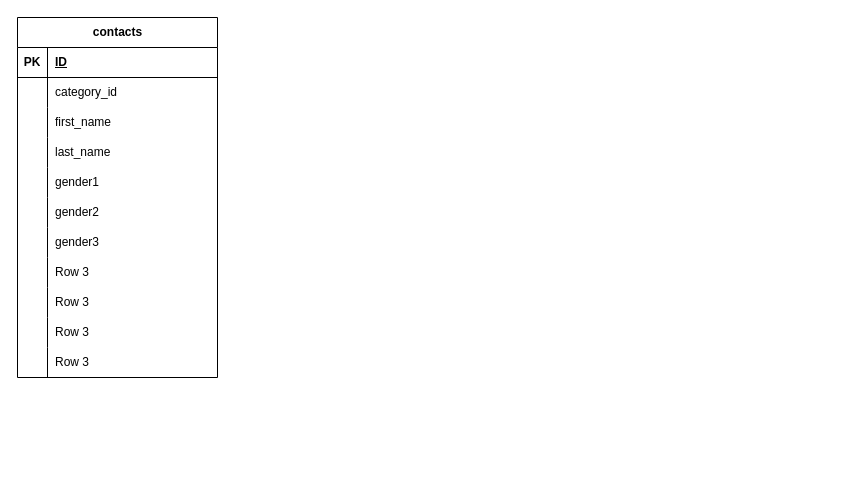
Above: src/.drawio in yuho-komahashi/test__contact-form (draw.io), before the change. Source tidied: cells renumbered, new cells numbered last; positions are measured from the earlier drawing's top-left corner, leaving out a move shared by most shapes. Both pictures are drawn from the tidied source at 100%, with x=0, y=0 at pixel (17, 17).
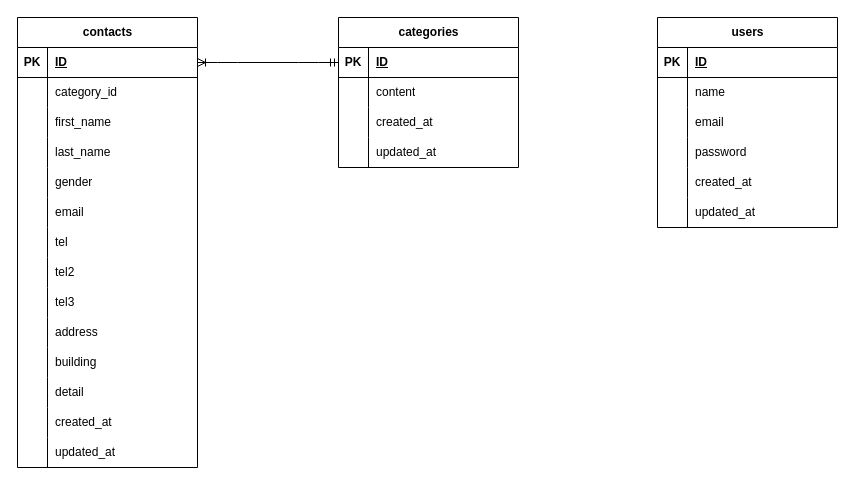
The same diagram, later.

The edit, as a diff of the source:
```diff
@@
-<mxGraphModel>
+<mxGraphModel background="#FFFFFF">
@@
     <mxCell id="2" value="contacts" style="shape=table;startSize=30;childLayout=tableLayout;rowLines=0;fontStyle=1;align=center;html=1;" parent="1" vertex="1">
-      <mxGeometry width="200" height="360" as="geometry" />
+      <mxGeometry width="180" height="450" as="geometry" />
     </mxCell>
     <mxCell id="3" style="shape=tableRow;horizontal=0;startSize=0;swimlaneHead=0;swimlaneBody=0;fillColor=none;points=[[0,0.5],[1,0.5]];portConstraint=eastwest;top=0;left=0;right=0;bottom=1;" parent="2" vertex="1">
-      <mxGeometry y="30" width="200" height="30" as="geometry" />
+      <mxGeometry y="30" width="180" height="30" as="geometry" />
     </mxCell>
@@
     <mxCell id="5" value="ID" style="shape=partialRectangle;fillColor=none;top=0;left=0;bottom=0;right=0;align=left;spacingLeft=6;fontStyle=5;overflow=hidden;whiteSpace=wrap;html=1;" parent="3" vertex="1">
-      <mxGeometry x="30" width="170" height="30" as="geometry" />
+      <mxGeometry x="30" width="150" height="30" as="geometry" />
     </mxCell>
     <mxCell id="6" style="shape=tableRow;horizontal=0;startSize=0;swimlaneHead=0;swimlaneBody=0;fillColor=none;top=0;left=0;right=0;bottom=0;" parent="2" vertex="1">
-      <mxGeometry y="60" width="200" height="30" as="geometry" />
+      <mxGeometry y="60" width="180" height="30" as="geometry" />
     </mxCell>
@@
     <mxCell id="8" value="category_id" style="shape=partialRectangle;fillColor=none;top=0;left=0;bottom=0;right=0;align=left;spacingLeft=6;overflow=hidden;whiteSpace=wrap;html=1;" parent="6" vertex="1">
-      <mxGeometry x="30" width="170" height="30" as="geometry" />
+      <mxGeometry x="30" width="150" height="30" as="geometry" />
     </mxCell>
     <mxCell id="9" style="shape=tableRow;horizontal=0;startSize=0;swimlaneHead=0;swimlaneBody=0;fillColor=none;top=0;left=0;right=0;bottom=0;" parent="2" vertex="1">
-      <mxGeometry y="90" width="200" height="30" as="geometry" />
+      <mxGeometry y="90" width="180" height="30" as="geometry" />
     </mxCell>
@@
     <mxCell id="11" value="first_name" style="shape=partialRectangle;fillColor=none;top=0;left=0;bottom=0;right=0;align=left;spacingLeft=6;overflow=hidden;whiteSpace=wrap;html=1;" parent="9" vertex="1">
-      <mxGeometry x="30" width="170" height="30" as="geometry" />
+      <mxGeometry x="30" width="150" height="30" as="geometry" />
     </mxCell>
     <mxCell id="12" style="shape=tableRow;horizontal=0;startSize=0;swimlaneHead=0;swimlaneBody=0;fillColor=none;top=0;left=0;right=0;bottom=0;" parent="2" vertex="1">
-      <mxGeometry y="120" width="200" height="30" as="geometry" />
+      <mxGeometry y="120" width="180" height="30" as="geometry" />
     </mxCell>
@@
     <mxCell id="14" value="last_name" style="shape=partialRectangle;fillColor=none;top=0;left=0;bottom=0;right=0;align=left;spacingLeft=6;overflow=hidden;whiteSpace=wrap;html=1;" parent="12" vertex="1">
-      <mxGeometry x="30" width="170" height="30" as="geometry" />
+      <mxGeometry x="30" width="150" height="30" as="geometry" />
     </mxCell>
     <mxCell id="15" style="shape=tableRow;horizontal=0;startSize=0;swimlaneHead=0;swimlaneBody=0;fillColor=none;top=0;left=0;right=0;bottom=0;" parent="2" vertex="1">
-      <mxGeometry y="150" width="200" height="30" as="geometry" />
+      <mxGeometry y="150" width="180" height="30" as="geometry" />
     </mxCell>
@@
-    <mxCell id="17" value="gender1" style="shape=partialRectangle;fillColor=none;top=0;left=0;bottom=0;right=0;align=left;spacingLeft=6;overflow=hidden;whiteSpace=wrap;html=1;" parent="15" vertex="1">
-      <mxGeometry x="30" width="170" height="30" as="geometry" />
+    <mxCell id="17" value="gender" style="shape=partialRectangle;fillColor=none;top=0;left=0;bottom=0;right=0;align=left;spacingLeft=6;overflow=hidden;whiteSpace=wrap;html=1;" parent="15" vertex="1">
+      <mxGeometry x="30" width="150" height="30" as="geometry" />
     </mxCell>
     <mxCell id="18" style="shape=tableRow;horizontal=0;startSize=0;swimlaneHead=0;swimlaneBody=0;fillColor=none;top=0;left=0;right=0;bottom=0;" parent="2" vertex="1">
-      <mxGeometry y="180" width="200" height="30" as="geometry" />
+      <mxGeometry y="180" width="180" height="30" as="geometry" />
     </mxCell>
@@
-    <mxCell id="20" value="&lt;span style=&quot;color: rgb(0, 0, 0);&quot;&gt;gender2&lt;/span&gt;" style="shape=partialRectangle;fillColor=none;top=0;left=0;bottom=0;right=0;align=left;spacingLeft=6;overflow=hidden;whiteSpace=wrap;html=1;" parent="18" vertex="1">
-      <mxGeometry x="30" width="170" height="30" as="geometry" />
+    <mxCell id="20" value="email" style="shape=partialRectangle;fillColor=none;top=0;left=0;bottom=0;right=0;align=left;spacingLeft=6;overflow=hidden;whiteSpace=wrap;html=1;" parent="18" vertex="1">
+      <mxGeometry x="30" width="150" height="30" as="geometry" />
     </mxCell>
     <mxCell id="21" style="shape=tableRow;horizontal=0;startSize=0;swimlaneHead=0;swimlaneBody=0;fillColor=none;top=0;left=0;right=0;bottom=0;" parent="2" vertex="1">
-      <mxGeometry y="210" width="200" height="30" as="geometry" />
+      <mxGeometry y="210" width="180" height="30" as="geometry" />
     </mxCell>
@@
-    <mxCell id="23" value="&lt;span style=&quot;color: rgb(0, 0, 0);&quot;&gt;gender3&lt;/span&gt;" style="shape=partialRectangle;fillColor=none;top=0;left=0;bottom=0;right=0;align=left;spacingLeft=6;overflow=hidden;whiteSpace=wrap;html=1;" parent="21" vertex="1">
-      <mxGeometry x="30" width="170" height="30" as="geometry" />
+    <mxCell id="23" value="tel" style="shape=partialRectangle;fillColor=none;top=0;left=0;bottom=0;right=0;align=left;spacingLeft=6;overflow=hidden;whiteSpace=wrap;html=1;" parent="21" vertex="1">
+      <mxGeometry x="30" width="150" height="30" as="geometry" />
     </mxCell>
+    <mxCell id="36" style="shape=tableRow;horizontal=0;startSize=0;swimlaneHead=0;swimlaneBody=0;fillColor=none;top=0;left=0;right=0;bottom=0;" parent="2" vertex="1">
+      <mxGeometry y="240" width="180" height="30" as="geometry" />
+    </mxCell>
+    <mxCell id="37" style="shape=partialRectangle;fillColor=none;top=0;left=0;bottom=0;right=0;overflow=hidden;whiteSpace=wrap;html=1;" parent="36" vertex="1">
+      <mxGeometry width="30" height="30" as="geometry" />
+    </mxCell>
+    <mxCell id="38" value="tel2" style="shape=partialRectangle;fillColor=none;top=0;left=0;bottom=0;right=0;align=left;spacingLeft=6;overflow=hidden;whiteSpace=wrap;html=1;" parent="36" vertex="1">
+      <mxGeometry x="30" width="150" height="30" as="geometry" />
+    </mxCell>
+    <mxCell id="39" style="shape=tableRow;horizontal=0;startSize=0;swimlaneHead=0;swimlaneBody=0;fillColor=none;top=0;left=0;right=0;bottom=0;" parent="2" vertex="1">
+      <mxGeometry y="270" width="180" height="30" as="geometry" />
+    </mxCell>
+    <mxCell id="40" style="shape=partialRectangle;fillColor=none;top=0;left=0;bottom=0;right=0;overflow=hidden;whiteSpace=wrap;html=1;" parent="39" vertex="1">
+      <mxGeometry width="30" height="30" as="geometry" />
+    </mxCell>
+    <mxCell id="41" value="tel3" style="shape=partialRectangle;fillColor=none;top=0;left=0;bottom=0;right=0;align=left;spacingLeft=6;overflow=hidden;whiteSpace=wrap;html=1;" parent="39" vertex="1">
+      <mxGeometry x="30" width="150" height="30" as="geometry" />
+    </mxCell>
     <mxCell id="24" style="shape=tableRow;horizontal=0;startSize=0;swimlaneHead=0;swimlaneBody=0;fillColor=none;top=0;left=0;right=0;bottom=0;" parent="2" vertex="1">
-      <mxGeometry y="240" width="200" height="30" as="geometry" />
+      <mxGeometry y="300" width="180" height="30" as="geometry" />
     </mxCell>
@@
-    <mxCell id="26" value="Row 3" style="shape=partialRectangle;fillColor=none;top=0;left=0;bottom=0;right=0;align=left;spacingLeft=6;overflow=hidden;whiteSpace=wrap;html=1;" parent="24" vertex="1">
-      <mxGeometry x="30" width="170" height="30" as="geometry" />
+    <mxCell id="26" value="address" style="shape=partialRectangle;fillColor=none;top=0;left=0;bottom=0;right=0;align=left;spacingLeft=6;overflow=hidden;whiteSpace=wrap;html=1;" parent="24" vertex="1">
+      <mxGeometry x="30" width="150" height="30" as="geometry" />
     </mxCell>
     <mxCell id="27" style="shape=tableRow;horizontal=0;startSize=0;swimlaneHead=0;swimlaneBody=0;fillColor=none;top=0;left=0;right=0;bottom=0;" parent="2" vertex="1">
-      <mxGeometry y="270" width="200" height="30" as="geometry" />
+      <mxGeometry y="330" width="180" height="30" as="geometry" />
     </mxCell>
@@
-    <mxCell id="29" value="Row 3" style="shape=partialRectangle;fillColor=none;top=0;left=0;bottom=0;right=0;align=left;spacingLeft=6;overflow=hidden;whiteSpace=wrap;html=1;" parent="27" vertex="1">
-      <mxGeometry x="30" width="170" height="30" as="geometry" />
+    <mxCell id="29" value="building" style="shape=partialRectangle;fillColor=none;top=0;left=0;bottom=0;right=0;align=left;spacingLeft=6;overflow=hidden;whiteSpace=wrap;html=1;" parent="27" vertex="1">
+      <mxGeometry x="30" width="150" height="30" as="geometry" />
     </mxCell>
     <mxCell id="30" style="shape=tableRow;horizontal=0;startSize=0;swimlaneHead=0;swimlaneBody=0;fillColor=none;top=0;left=0;right=0;bottom=0;" parent="2" vertex="1">
-      <mxGeometry y="300" width="200" height="30" as="geometry" />
+      <mxGeometry y="360" width="180" height="30" as="geometry" />
     </mxCell>
@@
-    <mxCell id="32" value="Row 3" style="shape=partialRectangle;fillColor=none;top=0;left=0;bottom=0;right=0;align=left;spacingLeft=6;overflow=hidden;whiteSpace=wrap;html=1;" parent="30" vertex="1">
-      <mxGeometry x="30" width="170" height="30" as="geometry" />
+    <mxCell id="32" value="detail" style="shape=partialRectangle;fillColor=none;top=0;left=0;bottom=0;right=0;align=left;spacingLeft=6;overflow=hidden;whiteSpace=wrap;html=1;" parent="30" vertex="1">
+      <mxGeometry x="30" width="150" height="30" as="geometry" />
     </mxCell>
     <mxCell id="33" style="shape=tableRow;horizontal=0;startSize=0;swimlaneHead=0;swimlaneBody=0;fillColor=none;top=0;left=0;right=0;bottom=0;" parent="2" vertex="1">
-      <mxGeometry y="330" width="200" height="30" as="geometry" />
+      <mxGeometry y="390" width="180" height="30" as="geometry" />
     </mxCell>
@@
-    <mxCell id="35" value="Row 3" style="shape=partialRectangle;fillColor=none;top=0;left=0;bottom=0;right=0;align=left;spacingLeft=6;overflow=hidden;whiteSpace=wrap;html=1;" parent="33" vertex="1">
-      <mxGeometry x="30" width="170" height="30" as="geometry" />
+    <mxCell id="35" value="created_at" style="shape=partialRectangle;fillColor=none;top=0;left=0;bottom=0;right=0;align=left;spacingLeft=6;overflow=hidden;whiteSpace=wrap;html=1;" parent="33" vertex="1">
+      <mxGeometry x="30" width="150" height="30" as="geometry" />
     </mxCell>
+    <mxCell id="42" style="shape=tableRow;horizontal=0;startSize=0;swimlaneHead=0;swimlaneBody=0;fillColor=none;top=0;left=0;right=0;bottom=0;" parent="2" vertex="1">
+      <mxGeometry y="420" width="180" height="30" as="geometry" />
+    </mxCell>
+    <mxCell id="43" style="shape=partialRectangle;fillColor=none;top=0;left=0;bottom=0;right=0;overflow=hidden;whiteSpace=wrap;html=1;" parent="42" vertex="1">
+      <mxGeometry width="30" height="30" as="geometry" />
+    </mxCell>
+    <mxCell id="44" value="updated_at" style="shape=partialRectangle;fillColor=none;top=0;left=0;bottom=0;right=0;align=left;spacingLeft=6;overflow=hidden;whiteSpace=wrap;html=1;" parent="42" vertex="1">
+      <mxGeometry x="30" width="150" height="30" as="geometry" />
+    </mxCell>
+    <mxCell id="45" value="&lt;span class=&quot;notion-enable-hover&quot;&gt;categories&lt;/span&gt;" style="shape=table;startSize=30;childLayout=tableLayout;rowLines=0;fontStyle=1;align=center;html=1;" parent="1" vertex="1">
+      <mxGeometry x="321" width="180" height="150" as="geometry" />
+    </mxCell>
+    <mxCell id="46" style="shape=tableRow;horizontal=0;startSize=0;swimlaneHead=0;swimlaneBody=0;fillColor=none;points=[[0,0.5],[1,0.5]];portConstraint=eastwest;top=0;left=0;right=0;bottom=1;" parent="45" vertex="1">
+      <mxGeometry y="30" width="180" height="30" as="geometry" />
+    </mxCell>
+    <mxCell id="47" value="PK" style="shape=partialRectangle;fillColor=none;top=0;left=0;bottom=0;right=0;fontStyle=1;overflow=hidden;whiteSpace=wrap;html=1;" parent="46" vertex="1">
+      <mxGeometry width="30" height="30" as="geometry" />
+    </mxCell>
+    <mxCell id="48" value="ID" style="shape=partialRectangle;fillColor=none;top=0;left=0;bottom=0;right=0;align=left;spacingLeft=6;fontStyle=5;overflow=hidden;whiteSpace=wrap;html=1;" parent="46" vertex="1">
+      <mxGeometry x="30" width="150" height="30" as="geometry" />
+    </mxCell>
+    <mxCell id="49" style="shape=tableRow;horizontal=0;startSize=0;swimlaneHead=0;swimlaneBody=0;fillColor=none;top=0;left=0;right=0;bottom=0;" parent="45" vertex="1">
+      <mxGeometry y="60" width="180" height="30" as="geometry" />
+    </mxCell>
+    <mxCell id="50" style="shape=partialRectangle;fillColor=none;top=0;left=0;bottom=0;right=0;overflow=hidden;whiteSpace=wrap;html=1;" parent="49" vertex="1">
+      <mxGeometry width="30" height="30" as="geometry" />
+    </mxCell>
+    <mxCell id="51" value="content" style="shape=partialRectangle;fillColor=none;top=0;left=0;bottom=0;right=0;align=left;spacingLeft=6;overflow=hidden;whiteSpace=wrap;html=1;" parent="49" vertex="1">
+      <mxGeometry x="30" width="150" height="30" as="geometry" />
+    </mxCell>
+    <mxCell id="52" style="shape=tableRow;horizontal=0;startSize=0;swimlaneHead=0;swimlaneBody=0;fillColor=none;top=0;left=0;right=0;bottom=0;" parent="45" vertex="1">
+      <mxGeometry y="90" width="180" height="30" as="geometry" />
+    </mxCell>
+    <mxCell id="53" style="shape=partialRectangle;fillColor=none;top=0;left=0;bottom=0;right=0;overflow=hidden;whiteSpace=wrap;html=1;" parent="52" vertex="1">
+      <mxGeometry width="30" height="30" as="geometry" />
+    </mxCell>
+    <mxCell id="54" value="created_at" style="shape=partialRectangle;fillColor=none;top=0;left=0;bottom=0;right=0;align=left;spacingLeft=6;overflow=hidden;whiteSpace=wrap;html=1;" parent="52" vertex="1">
+      <mxGeometry x="30" width="150" height="30" as="geometry" />
+    </mxCell>
+    <mxCell id="55" style="shape=tableRow;horizontal=0;startSize=0;swimlaneHead=0;swimlaneBody=0;fillColor=none;top=0;left=0;right=0;bottom=0;" parent="45" vertex="1">
+      <mxGeometry y="120" width="180" height="30" as="geometry" />
+    </mxCell>
+    <mxCell id="56" style="shape=partialRectangle;fillColor=none;top=0;left=0;bottom=0;right=0;overflow=hidden;whiteSpace=wrap;html=1;" parent="55" vertex="1">
+      <mxGeometry width="30" height="30" as="geometry" />
+    </mxCell>
+    <mxCell id="57" value="updated_at" style="shape=partialRectangle;fillColor=none;top=0;left=0;bottom=0;right=0;align=left;spacingLeft=6;overflow=hidden;whiteSpace=wrap;html=1;" parent="55" vertex="1">
+      <mxGeometry x="30" width="150" height="30" as="geometry" />
+    </mxCell>
+    <mxCell id="58" style="edgeStyle=entityRelationEdgeStyle;fontSize=12;html=1;endArrow=ERoneToMany;startArrow=ERmandOne;exitX=0;exitY=0.5;exitDx=0;exitDy=0;entryX=1;entryY=0.5;entryDx=0;entryDy=0;" parent="1" edge="1" source="46" target="3">
+      <mxGeometry relative="1" as="geometry" />
+    </mxCell>
+    <mxCell id="59" value="users" style="shape=table;startSize=30;childLayout=tableLayout;rowLines=0;fontStyle=1;align=center;html=1;" parent="1" vertex="1">
+      <mxGeometry x="640" width="180" height="210" as="geometry" />
+    </mxCell>
+    <mxCell id="60" style="shape=tableRow;horizontal=0;startSize=0;swimlaneHead=0;swimlaneBody=0;fillColor=none;top=0;left=0;right=0;bottom=1;" parent="59" vertex="1">
+      <mxGeometry y="30" width="180" height="30" as="geometry" />
+    </mxCell>
+    <mxCell id="61" value="PK" style="shape=partialRectangle;fillColor=none;top=0;left=0;bottom=0;right=0;fontStyle=1;overflow=hidden;whiteSpace=wrap;html=1;" parent="60" vertex="1">
+      <mxGeometry width="30" height="30" as="geometry" />
+    </mxCell>
+    <mxCell id="62" value="ID" style="shape=partialRectangle;fillColor=none;top=0;left=0;bottom=0;right=0;align=left;spacingLeft=6;fontStyle=5;overflow=hidden;whiteSpace=wrap;html=1;" parent="60" vertex="1">
+      <mxGeometry x="30" width="150" height="30" as="geometry" />
+    </mxCell>
+    <mxCell id="63" style="shape=tableRow;horizontal=0;startSize=0;swimlaneHead=0;swimlaneBody=0;fillColor=none;top=0;left=0;right=0;bottom=0;" parent="59" vertex="1">
+      <mxGeometry y="60" width="180" height="30" as="geometry" />
+    </mxCell>
+    <mxCell id="64" style="shape=partialRectangle;fillColor=none;top=0;left=0;bottom=0;right=0;overflow=hidden;whiteSpace=wrap;html=1;" parent="63" vertex="1">
+      <mxGeometry width="30" height="30" as="geometry" />
+    </mxCell>
+    <mxCell id="65" value="name" style="shape=partialRectangle;fillColor=none;top=0;left=0;bottom=0;right=0;align=left;spacingLeft=6;overflow=hidden;whiteSpace=wrap;html=1;" parent="63" vertex="1">
+      <mxGeometry x="30" width="150" height="30" as="geometry" />
+    </mxCell>
+    <mxCell id="66" style="shape=tableRow;horizontal=0;startSize=0;swimlaneHead=0;swimlaneBody=0;fillColor=none;top=0;left=0;right=0;bottom=0;" parent="59" vertex="1">
+      <mxGeometry y="90" width="180" height="30" as="geometry" />
+    </mxCell>
+    <mxCell id="67" style="shape=partialRectangle;fillColor=none;top=0;left=0;bottom=0;right=0;overflow=hidden;whiteSpace=wrap;html=1;" parent="66" vertex="1">
+      <mxGeometry width="30" height="30" as="geometry" />
+    </mxCell>
+    <mxCell id="68" value="email" style="shape=partialRectangle;fillColor=none;top=0;left=0;bottom=0;right=0;align=left;spacingLeft=6;overflow=hidden;whiteSpace=wrap;html=1;" parent="66" vertex="1">
+      <mxGeometry x="30" width="150" height="30" as="geometry" />
+    </mxCell>
+    <mxCell id="69" style="shape=tableRow;horizontal=0;startSize=0;swimlaneHead=0;swimlaneBody=0;fillColor=none;top=0;left=0;right=0;bottom=0;" parent="59" vertex="1">
+      <mxGeometry y="120" width="180" height="30" as="geometry" />
+    </mxCell>
+    <mxCell id="70" style="shape=partialRectangle;fillColor=none;top=0;left=0;bottom=0;right=0;overflow=hidden;whiteSpace=wrap;html=1;" parent="69" vertex="1">
+      <mxGeometry width="30" height="30" as="geometry" />
+    </mxCell>
+    <mxCell id="71" value="password" style="shape=partialRectangle;fillColor=none;top=0;left=0;bottom=0;right=0;align=left;spacingLeft=6;overflow=hidden;whiteSpace=wrap;html=1;" parent="69" vertex="1">
+      <mxGeometry x="30" width="150" height="30" as="geometry" />
+    </mxCell>
+    <mxCell id="72" style="shape=tableRow;horizontal=0;startSize=0;swimlaneHead=0;swimlaneBody=0;fillColor=none;top=0;left=0;right=0;bottom=0;" parent="59" vertex="1">
+      <mxGeometry y="150" width="180" height="30" as="geometry" />
+    </mxCell>
+    <mxCell id="73" style="shape=partialRectangle;fillColor=none;top=0;left=0;bottom=0;right=0;overflow=hidden;whiteSpace=wrap;html=1;" parent="72" vertex="1">
+      <mxGeometry width="30" height="30" as="geometry" />
+    </mxCell>
+    <mxCell id="74" value="created_at" style="shape=partialRectangle;fillColor=none;top=0;left=0;bottom=0;right=0;align=left;spacingLeft=6;overflow=hidden;whiteSpace=wrap;html=1;" parent="72" vertex="1">
+      <mxGeometry x="30" width="150" height="30" as="geometry" />
+    </mxCell>
+    <mxCell id="75" style="shape=tableRow;horizontal=0;startSize=0;swimlaneHead=0;swimlaneBody=0;fillColor=none;top=0;left=0;right=0;bottom=0;" parent="59" vertex="1">
+      <mxGeometry y="180" width="180" height="30" as="geometry" />
+    </mxCell>
+    <mxCell id="76" style="shape=partialRectangle;fillColor=none;top=0;left=0;bottom=0;right=0;overflow=hidden;whiteSpace=wrap;html=1;" parent="75" vertex="1">
+      <mxGeometry width="30" height="30" as="geometry" />
+    </mxCell>
+    <mxCell id="77" value="updated_at" style="shape=partialRectangle;fillColor=none;top=0;left=0;bottom=0;right=0;align=left;spacingLeft=6;overflow=hidden;whiteSpace=wrap;html=1;" parent="75" vertex="1">
+      <mxGeometry x="30" width="150" height="30" as="geometry" />
+    </mxCell>
```
